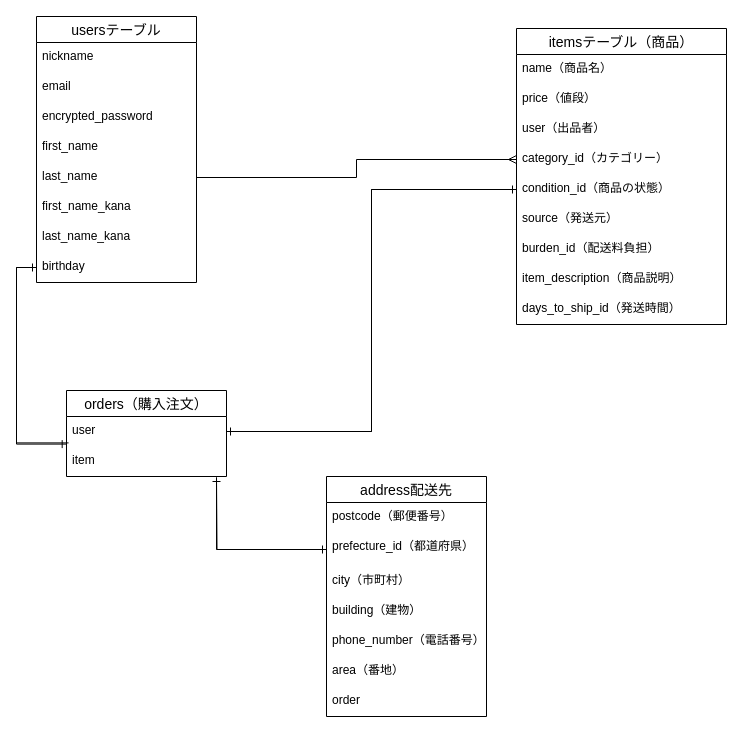
The draw.io diagram .dio in Lucky-Strike65/furima-34513, before the edit. Source tidied: cells renumbered, new cells numbered last; positions are measured from the earlier drawing's top-left corner, leaving out a move shared by most shapes. Both pictures are drawn from the tidied source at 100%, with x=0, y=0 at pixel (36, 16).
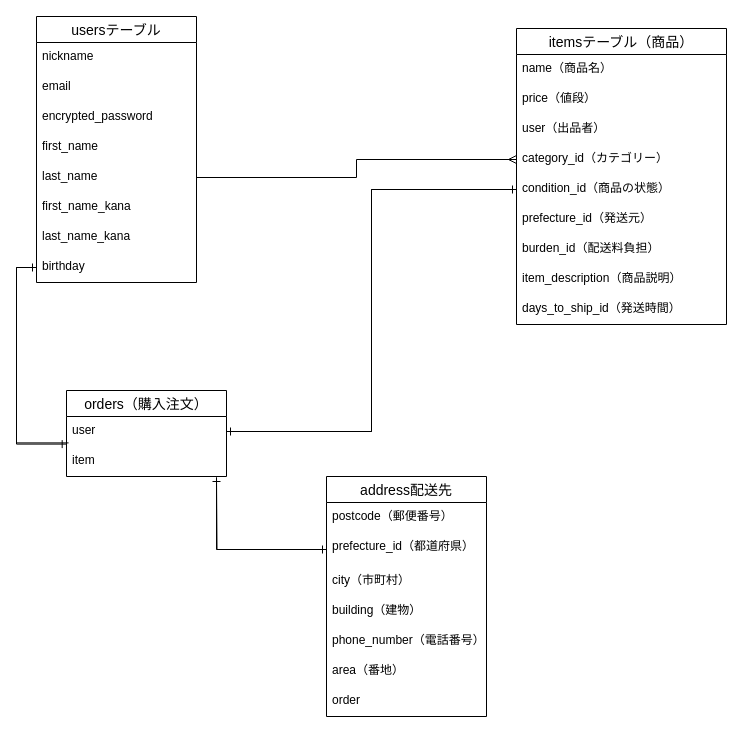
After the change.

Unchanged cells that the change refers to:
```xml
<mxCell id="11" value="itemsテーブル（商品）" style="swimlane;fontStyle=0;horizontal=1;startSize=26;align=center;fontSize=14;" parent="1" vertex="1">
  <mxGeometry x="480" y="12" width="210" height="296" as="geometry" />
</mxCell>
```

Diff of the diagram source:
```diff
@@
-    <mxCell id="17" value="source（発送元）" style="text;strokeColor=none;fillColor=none;spacingLeft=4;spacingRight=4;overflow=hidden;fontSize=12;" parent="11" vertex="1">
+    <mxCell id="17" value="prefecture_id（発送元）" style="text;strokeColor=none;fillColor=none;spacingLeft=4;spacingRight=4;overflow=hidden;fontSize=12;" parent="11" vertex="1">
       <mxGeometry y="176" width="210" height="30" as="geometry" />
     </mxCell>
```
